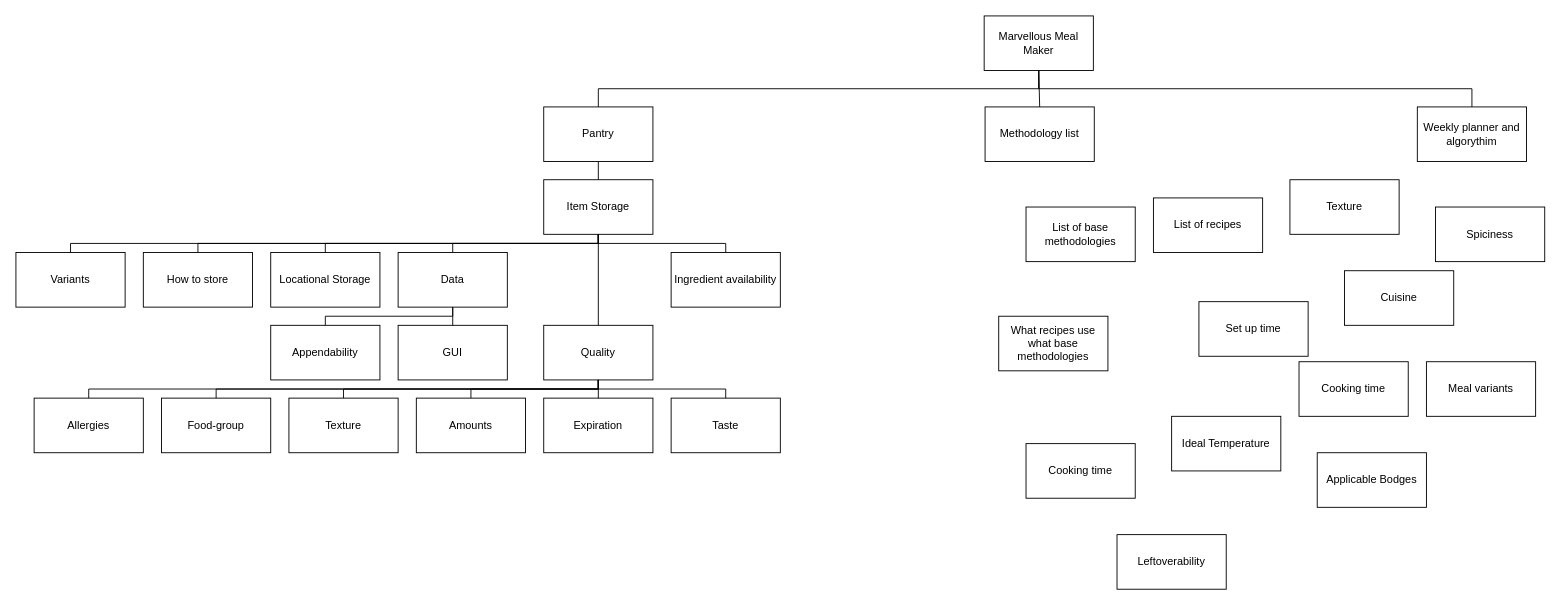
JessHorserage/Marvellous-Meal-Maker keeps this draw.io diagram as Marvellous Meal Maker.drawio. Above is the earlier version. Source tidied: cells renumbered, new cells numbered last; positions are measured from the earlier drawing's top-left corner, leaving out a move shared by most shapes. Both pictures are drawn from the tidied source at 91%, with x=0, y=0 at pixel (15, 15).
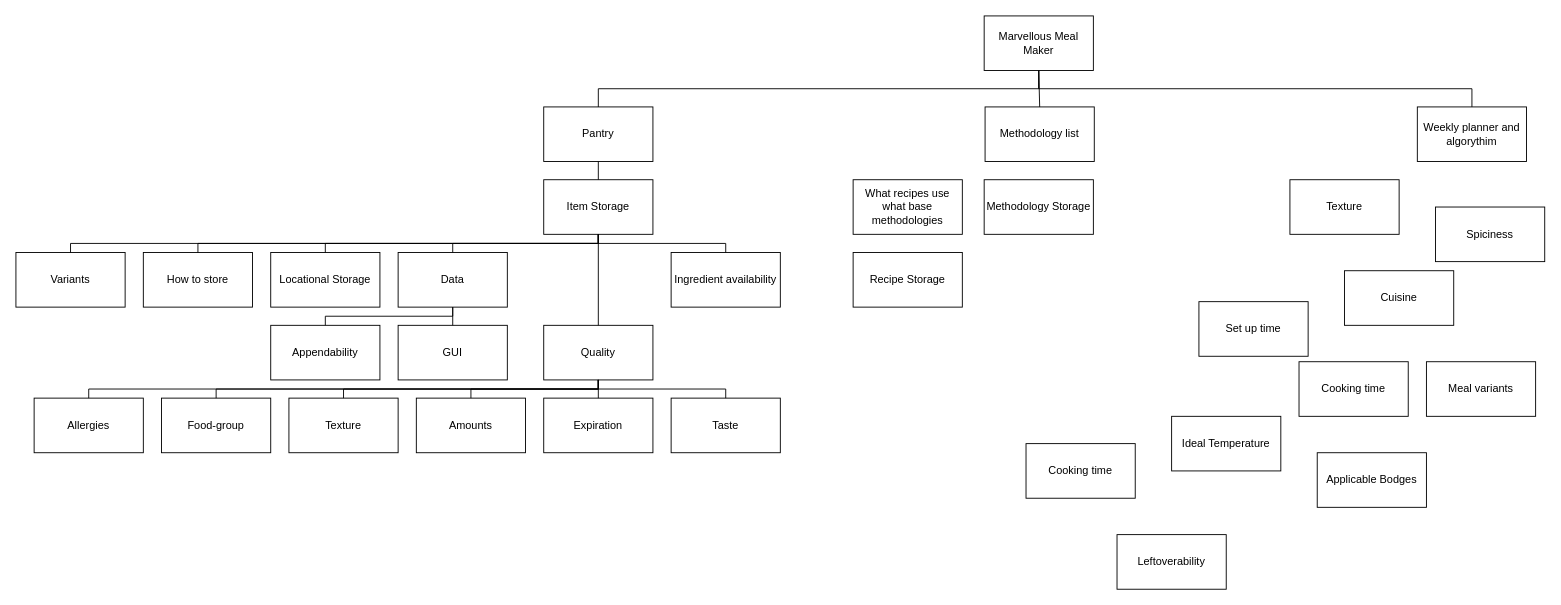
Above is the later version.

Diff of the diagram source:
```diff
@@
     <mxCell id="39" value="What recipes use what base methodologies" style="rounded=0;whiteSpace=wrap;html=1;" parent="1" vertex="1">
-      <mxGeometry x="1080" y="330" width="120" height="60" as="geometry" />
+      <mxGeometry x="920" y="180" width="120" height="60" as="geometry" />
     </mxCell>
@@
-    <mxCell id="41" value="List of recipes" style="rounded=0;whiteSpace=wrap;html=1;" parent="1" vertex="1">
-      <mxGeometry x="1250" y="200" width="120" height="60" as="geometry" />
+    <mxCell id="41" value="Recipe Storage" style="rounded=0;whiteSpace=wrap;html=1;" parent="1" vertex="1">
+      <mxGeometry x="920" y="260" width="120" height="60" as="geometry" />
     </mxCell>
@@
-    <mxCell id="49" value="List of base methodologies" style="rounded=0;whiteSpace=wrap;html=1;" parent="1" vertex="1">
-      <mxGeometry x="1110" y="210" width="120" height="60" as="geometry" />
+    <mxCell id="49" value="Methodology Storage" style="rounded=0;whiteSpace=wrap;html=1;" parent="1" vertex="1">
+      <mxGeometry x="1064" y="180" width="120" height="60" as="geometry" />
     </mxCell>
```
